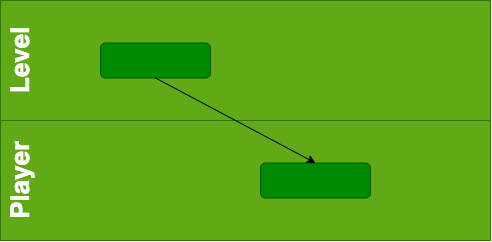
smitbmx/Architecture-Diagrams keeps this draw.io diagram as Communicating Architecture/UML Activity Diagram/Activity Diagram Partitions.png. Above is the earlier version. Source tidied: cells renumbered, new cells last; positions are measured from the earlier drawing's top-left corner, leaving out a move shared by most shapes.
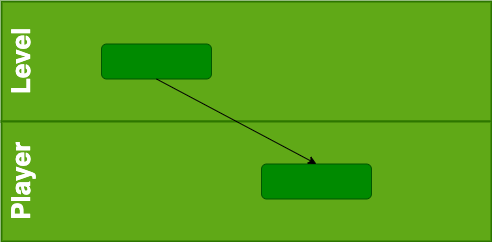
The same diagram one commit later.

Diff of the diagram source:
```diff
@@ -2,10 +2,10 @@
   <root>
     <mxCell id="0" />
     <mxCell id="1" parent="0" />
-    <mxCell id="2" style="rounded=0;whiteSpace=wrap;html=1;fillColor=#60a917;strokeColor=#2D7600;fontColor=#ffffff;" parent="1" vertex="1">
+    <mxCell id="2" style="rounded=0;whiteSpace=wrap;html=1;fillColor=#60a917;strokeColor=#2D7600;fontColor=#ffffff;strokeWidth=2;" parent="1" vertex="1">
       <mxGeometry width="490" height="120" as="geometry" />
     </mxCell>
-    <mxCell id="3" style="rounded=0;whiteSpace=wrap;html=1;fillColor=#60a917;strokeColor=#2D7600;fontColor=#ffffff;" parent="1" vertex="1">
+    <mxCell id="3" style="rounded=0;whiteSpace=wrap;html=1;fillColor=#60a917;strokeColor=#2D7600;fontColor=#ffffff;strokeWidth=2;" parent="1" vertex="1">
       <mxGeometry y="120" width="490" height="120" as="geometry" />
     </mxCell>
     <mxCell id="4" value="Level" style="text;html=1;strokeColor=none;fillColor=none;align=center;verticalAlign=middle;whiteSpace=wrap;rounded=0;rotation=-90;fontSize=26;fontColor=#FFFFFF;fontStyle=1;" parent="1" vertex="1">
```
